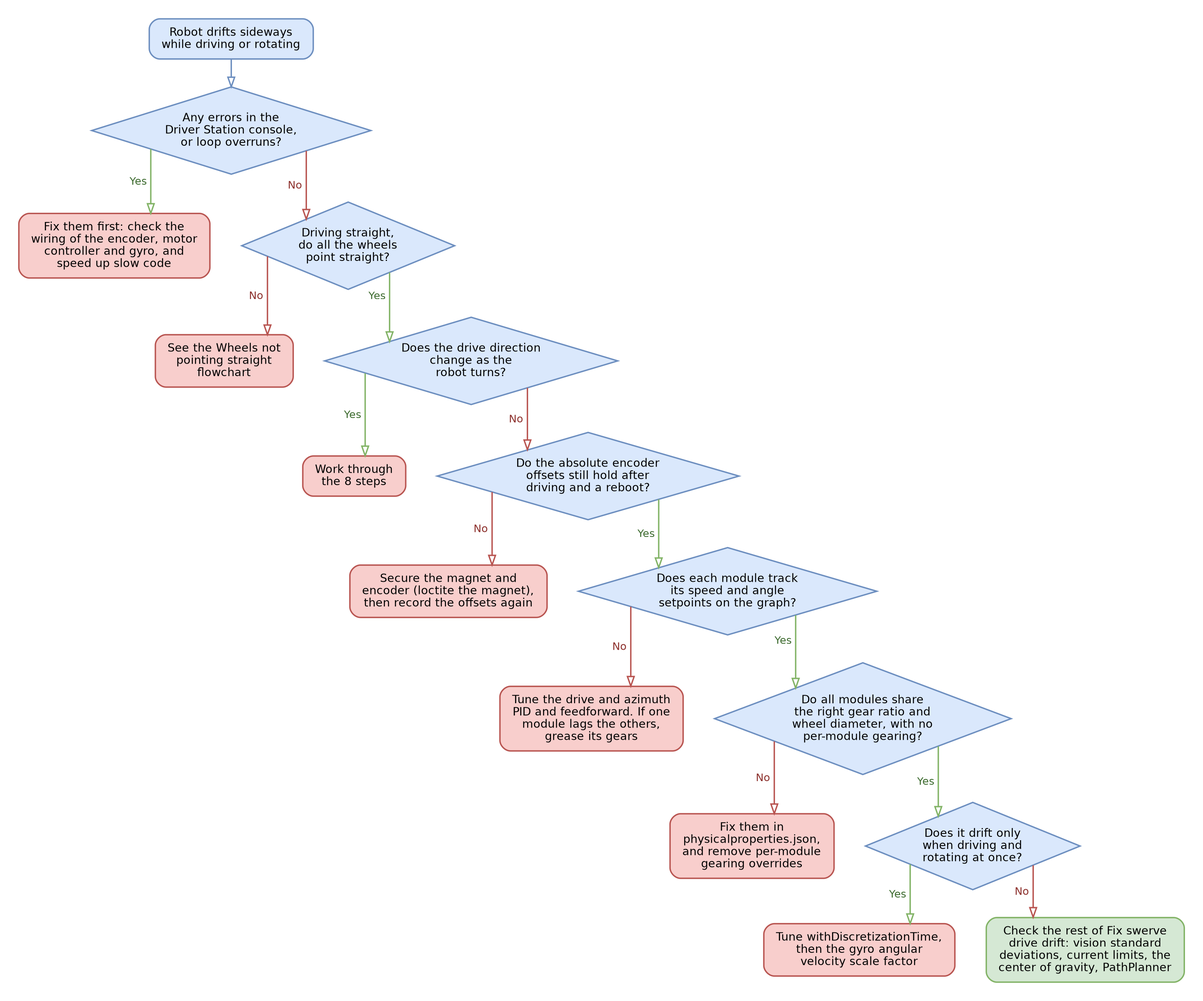
The Graphviz diagram .gitbook/assets/yagsl-flowchart-drift.png in Yet-Another-Software-Suite/YAGSL-gitbook, before a commit. Its source is kept beside it as .gitbook/assets/yagsl-flowchart-drift.dot. The source it was exported from:
```dot
digraph G {
  graph [rankdir=TB, nodesep=0.5, ranksep=0.45, pad=0.3, bgcolor="white", dpi=150, splines=ortho];
  node  [fontname="DejaVu Sans", fontsize=13, margin="0.2,0.12", penwidth=1.6];
  edge  [fontname="DejaVu Sans", fontsize=12, penwidth=1.6, arrowhead=onormal, arrowsize=1.1];
  s [label="Robot drifts sideways\nwhile driving or rotating", shape=box, style="rounded,filled", fillcolor="#dae8fc", color="#6c8ebf"];
  q1 [label="Any errors in the\nDriver Station console,\nor loop overruns?", shape=diamond, style=filled, fillcolor="#dae8fc", color="#6c8ebf", margin="0.05,0.05"];
  f1 [label="Fix them first: check the\nwiring of the encoder, motor\ncontroller and gyro, and\nspeed up slow code", shape=box, style="rounded,filled", fillcolor="#f8cecc", color="#b85450"];
  q2 [label="Driving straight,\ndo all the wheels\npoint straight?", shape=diamond, style=filled, fillcolor="#dae8fc", color="#6c8ebf", margin="0.05,0.05"];
  f2 [label="See the Wheels not\npointing straight\nflowchart", shape=box, style="rounded,filled", fillcolor="#f8cecc", color="#b85450"];
  q3 [label="Does the drive direction\nchange as the\nrobot turns?", shape=diamond, style=filled, fillcolor="#dae8fc", color="#6c8ebf", margin="0.05,0.05"];
  f3 [label="Work through\nthe 8 steps", shape=box, style="rounded,filled", fillcolor="#f8cecc", color="#b85450"];
  q4 [label="Do the absolute encoder\noffsets still hold after\ndriving and a reboot?", shape=diamond, style=filled, fillcolor="#dae8fc", color="#6c8ebf", margin="0.05,0.05"];
  f4 [label="Secure the magnet and\nencoder (loctite the magnet),\nthen record the offsets again", shape=box, style="rounded,filled", fillcolor="#f8cecc", color="#b85450"];
  q5 [label="Does each module track\nits speed and angle\nsetpoints on the graph?", shape=diamond, style=filled, fillcolor="#dae8fc", color="#6c8ebf", margin="0.05,0.05"];
  f5 [label="Tune the drive and azimuth\nPID and feedforward. If one\nmodule lags the others,\ngrease its gears", shape=box, style="rounded,filled", fillcolor="#f8cecc", color="#b85450"];
  q6 [label="Do all modules share\nthe right gear ratio and\nwheel diameter, with no\nper-module gearing?", shape=diamond, style=filled, fillcolor="#dae8fc", color="#6c8ebf", margin="0.05,0.05"];
  f6 [label="Fix them in\nphysicalproperties.json,\nand remove per-module\ngearing overrides", shape=box, style="rounded,filled", fillcolor="#f8cecc", color="#b85450"];
  q7 [label="Does it drift only\nwhen driving and\nrotating at once?", shape=diamond, style=filled, fillcolor="#dae8fc", color="#6c8ebf", margin="0.05,0.05"];
  f7 [label="Tune withDiscretizationTime,\nthen the gyro angular\nvelocity scale factor", shape=box, style="rounded,filled", fillcolor="#f8cecc", color="#b85450"];
  d [label="Check the rest of Fix swerve\ndrive drift: vision standard\ndeviations, current limits, the\ncenter of gravity, PathPlanner", shape=box, style="rounded,filled", fillcolor="#d5e8d4", color="#82b366"];
  s -> q1 [color="#6c8ebf"];
  q1 -> f1 [xlabel=" Yes ", color="#82b366", fontcolor="#3d6b2f"];
  q1 -> q2 [xlabel=" No ", color="#b85450", fontcolor="#8c2f2b"];
  q2 -> f2 [xlabel=" No ", color="#b85450", fontcolor="#8c2f2b"];
  q2 -> q3 [xlabel=" Yes ", color="#82b366", fontcolor="#3d6b2f"];
  q3 -> f3 [xlabel=" Yes ", color="#82b366", fontcolor="#3d6b2f"];
  q3 -> q4 [xlabel=" No ", color="#b85450", fontcolor="#8c2f2b"];
  q4 -> f4 [xlabel=" No ", color="#b85450", fontcolor="#8c2f2b"];
  q4 -> q5 [xlabel=" Yes ", color="#82b366", fontcolor="#3d6b2f"];
  q5 -> f5 [xlabel=" No ", color="#b85450", fontcolor="#8c2f2b"];
  q5 -> q6 [xlabel=" Yes ", color="#82b366", fontcolor="#3d6b2f"];
  q6 -> f6 [xlabel=" No ", color="#b85450", fontcolor="#8c2f2b"];
  q6 -> q7 [xlabel=" Yes ", color="#82b366", fontcolor="#3d6b2f"];
  q7 -> f7 [xlabel=" Yes ", color="#82b366", fontcolor="#3d6b2f"];
  q7 -> d [xlabel=" No ", color="#b85450", fontcolor="#8c2f2b"];
}
```
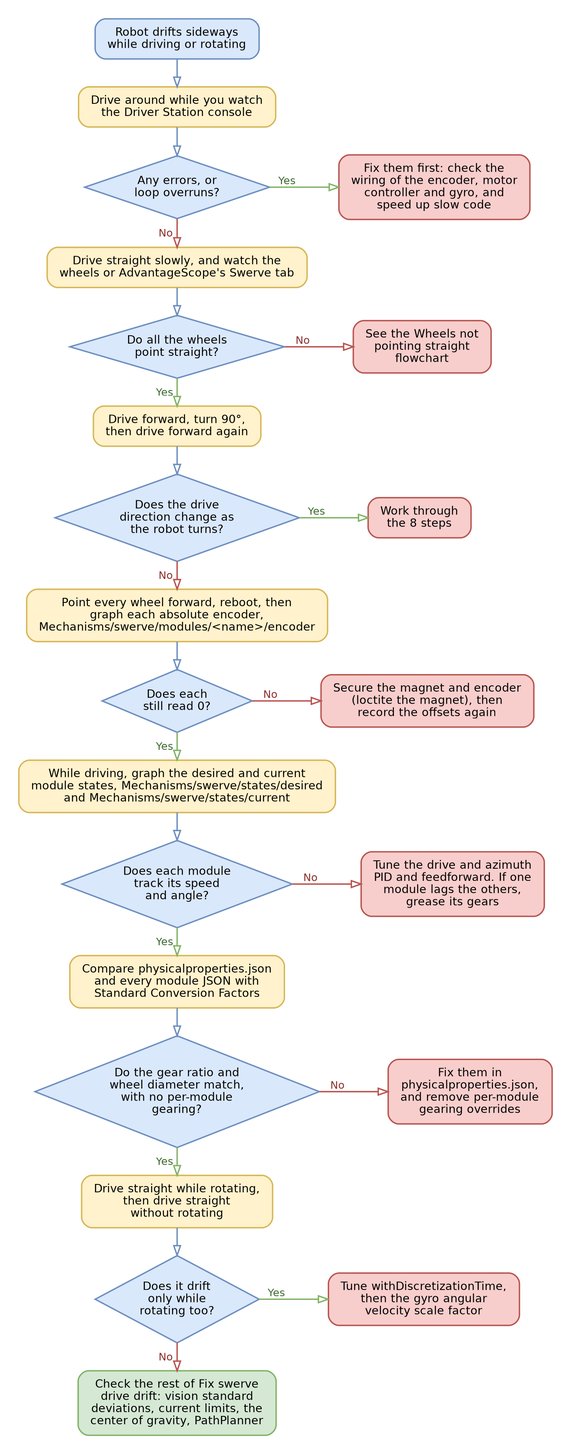
Later version of the same file.

Commit message:
Troubleshooting flowcharts: add how-to-check steps; check a module's build last

Change to the diagram source:
```diff
@@ -2,35 +2,57 @@
   graph [rankdir=TB, nodesep=0.5, ranksep=0.45, pad=0.3, bgcolor="white", dpi=150, splines=ortho];
   node  [fontname="DejaVu Sans", fontsize=13, margin="0.2,0.12", penwidth=1.6];
   edge  [fontname="DejaVu Sans", fontsize=12, penwidth=1.6, arrowhead=onormal, arrowsize=1.1];
+  graph [nodesep=1.1];
   s [label="Robot drifts sideways\nwhile driving or rotating", shape=box, style="rounded,filled", fillcolor="#dae8fc", color="#6c8ebf"];
-  q1 [label="Any errors in the\nDriver Station console,\nor loop overruns?", shape=diamond, style=filled, fillcolor="#dae8fc", color="#6c8ebf", margin="0.05,0.05"];
+  h1 [label="Drive around while you watch\nthe Driver Station console", shape=box, style="rounded,filled", fillcolor="#fff2cc", color="#d6b656"];
+  q1 [label="Any errors, or\nloop overruns?", shape=diamond, style=filled, fillcolor="#dae8fc", color="#6c8ebf", margin="0.05,0.05"];
   f1 [label="Fix them first: check the\nwiring of the encoder, motor\ncontroller and gyro, and\nspeed up slow code", shape=box, style="rounded,filled", fillcolor="#f8cecc", color="#b85450"];
-  q2 [label="Driving straight,\ndo all the wheels\npoint straight?", shape=diamond, style=filled, fillcolor="#dae8fc", color="#6c8ebf", margin="0.05,0.05"];
+  {rank=same; q1; f1;}
+  s -> h1 [color="#6c8ebf", weight=10];
+  h1 -> q1 [color="#6c8ebf", weight=10];
+  q1 -> f1 [xlabel=" Yes ", color="#82b366", fontcolor="#3d6b2f"];
+  q1 -> h2 [xlabel=" No ", color="#b85450", fontcolor="#8c2f2b", weight=10];
+  h2 [label="Drive straight slowly, and watch the\nwheels or AdvantageScope's Swerve tab", shape=box, style="rounded,filled", fillcolor="#fff2cc", color="#d6b656"];
+  q2 [label="Do all the wheels\npoint straight?", shape=diamond, style=filled, fillcolor="#dae8fc", color="#6c8ebf", margin="0.05,0.05"];
   f2 [label="See the Wheels not\npointing straight\nflowchart", shape=box, style="rounded,filled", fillcolor="#f8cecc", color="#b85450"];
-  q3 [label="Does the drive direction\nchange as the\nrobot turns?", shape=diamond, style=filled, fillcolor="#dae8fc", color="#6c8ebf", margin="0.05,0.05"];
+  {rank=same; q2; f2;}
+  h2 -> q2 [color="#6c8ebf", weight=10];
+  q2 -> f2 [xlabel=" No ", color="#b85450", fontcolor="#8c2f2b"];
+  q2 -> h3 [xlabel=" Yes ", color="#82b366", fontcolor="#3d6b2f", weight=10];
+  h3 [label="Drive forward, turn 90°,\nthen drive forward again", shape=box, style="rounded,filled", fillcolor="#fff2cc", color="#d6b656"];
+  q3 [label="Does the drive\ndirection change as\nthe robot turns?", shape=diamond, style=filled, fillcolor="#dae8fc", color="#6c8ebf", margin="0.05,0.05"];
   f3 [label="Work through\nthe 8 steps", shape=box, style="rounded,filled", fillcolor="#f8cecc", color="#b85450"];
-  q4 [label="Do the absolute encoder\noffsets still hold after\ndriving and a reboot?", shape=diamond, style=filled, fillcolor="#dae8fc", color="#6c8ebf", margin="0.05,0.05"];
-  f4 [label="Secure the magnet and\nencoder (loctite the magnet),\nthen record the offsets again", shape=box, style="rounded,filled", fillcolor="#f8cecc", color="#b85450"];
-  q5 [label="Does each module track\nits speed and angle\nsetpoints on the graph?", shape=diamond, style=filled, fillcolor="#dae8fc", color="#6c8ebf", margin="0.05,0.05"];
+  {rank=same; q3; f3;}
+  h3 -> q3 [color="#6c8ebf", weight=10];
+  q3 -> f3 [xlabel=" Yes ", color="#82b366", fontcolor="#3d6b2f"];
+  q3 -> h4 [xlabel=" No ", color="#b85450", fontcolor="#8c2f2b", weight=10];
+  h4 [label="Point every wheel forward, reboot, then\ngraph each absolute encoder,\nMechanisms/swerve/modules/<name>/encoder", shape=box, style="rounded,filled", fillcolor="#fff2cc", color="#d6b656"];
+  q4 [label="Does each\nstill read 0?", shape=diamond, style=filled, fillcolor="#dae8fc", color="#6c8ebf", margin="0.05,0.05"];
+  f4 [label="Secure the magnet and encoder\n(loctite the magnet), then\nrecord the offsets again", shape=box, style="rounded,filled", fillcolor="#f8cecc", color="#b85450"];
+  {rank=same; q4; f4;}
+  h4 -> q4 [color="#6c8ebf", weight=10];
+  q4 -> f4 [xlabel=" No ", color="#b85450", fontcolor="#8c2f2b"];
+  q4 -> h5 [xlabel=" Yes ", color="#82b366", fontcolor="#3d6b2f", weight=10];
+  h5 [label="While driving, graph the desired and current\nmodule states, Mechanisms/swerve/states/desired\nand Mechanisms/swerve/states/current", shape=box, style="rounded,filled", fillcolor="#fff2cc", color="#d6b656"];
+  q5 [label="Does each module\ntrack its speed\nand angle?", shape=diamond, style=filled, fillcolor="#dae8fc", color="#6c8ebf", margin="0.05,0.05"];
   f5 [label="Tune the drive and azimuth\nPID and feedforward. If one\nmodule lags the others,\ngrease its gears", shape=box, style="rounded,filled", fillcolor="#f8cecc", color="#b85450"];
-  q6 [label="Do all modules share\nthe right gear ratio and\nwheel diameter, with no\nper-module gearing?", shape=diamond, style=filled, fillcolor="#dae8fc", color="#6c8ebf", margin="0.05,0.05"];
+  {rank=same; q5; f5;}
+  h5 -> q5 [color="#6c8ebf", weight=10];
+  q5 -> f5 [xlabel=" No ", color="#b85450", fontcolor="#8c2f2b"];
+  q5 -> h6 [xlabel=" Yes ", color="#82b366", fontcolor="#3d6b2f", weight=10];
+  h6 [label="Compare physicalproperties.json\nand every module JSON with\nStandard Conversion Factors", shape=box, style="rounded,filled", fillcolor="#fff2cc", color="#d6b656"];
+  q6 [label="Do the gear ratio and\nwheel diameter match,\nwith no per-module\ngearing?", shape=diamond, style=filled, fillcolor="#dae8fc", color="#6c8ebf", margin="0.05,0.05"];
   f6 [label="Fix them in\nphysicalproperties.json,\nand remove per-module\ngearing overrides", shape=box, style="rounded,filled", fillcolor="#f8cecc", color="#b85450"];
-  q7 [label="Does it drift only\nwhen driving and\nrotating at once?", shape=diamond, style=filled, fillcolor="#dae8fc", color="#6c8ebf", margin="0.05,0.05"];
+  {rank=same; q6; f6;}
+  h6 -> q6 [color="#6c8ebf", weight=10];
+  q6 -> f6 [xlabel=" No ", color="#b85450", fontcolor="#8c2f2b"];
+  q6 -> h7 [xlabel=" Yes ", color="#82b366", fontcolor="#3d6b2f", weight=10];
+  h7 [label="Drive straight while rotating,\nthen drive straight\nwithout rotating", shape=box, style="rounded,filled", fillcolor="#fff2cc", color="#d6b656"];
+  q7 [label="Does it drift\nonly while\nrotating too?", shape=diamond, style=filled, fillcolor="#dae8fc", color="#6c8ebf", margin="0.05,0.05"];
   f7 [label="Tune withDiscretizationTime,\nthen the gyro angular\nvelocity scale factor", shape=box, style="rounded,filled", fillcolor="#f8cecc", color="#b85450"];
+  {rank=same; q7; f7;}
+  h7 -> q7 [color="#6c8ebf", weight=10];
+  q7 -> f7 [xlabel=" Yes ", color="#82b366", fontcolor="#3d6b2f"];
+  q7 -> d [xlabel=" No ", color="#b85450", fontcolor="#8c2f2b", weight=10];
   d [label="Check the rest of Fix swerve\ndrive drift: vision standard\ndeviations, current limits, the\ncenter of gravity, PathPlanner", shape=box, style="rounded,filled", fillcolor="#d5e8d4", color="#82b366"];
-  s -> q1 [color="#6c8ebf"];
-  q1 -> f1 [xlabel=" Yes ", color="#82b366", fontcolor="#3d6b2f"];
-  q1 -> q2 [xlabel=" No ", color="#b85450", fontcolor="#8c2f2b"];
-  q2 -> f2 [xlabel=" No ", color="#b85450", fontcolor="#8c2f2b"];
-  q2 -> q3 [xlabel=" Yes ", color="#82b366", fontcolor="#3d6b2f"];
-  q3 -> f3 [xlabel=" Yes ", color="#82b366", fontcolor="#3d6b2f"];
-  q3 -> q4 [xlabel=" No ", color="#b85450", fontcolor="#8c2f2b"];
-  q4 -> f4 [xlabel=" No ", color="#b85450", fontcolor="#8c2f2b"];
-  q4 -> q5 [xlabel=" Yes ", color="#82b366", fontcolor="#3d6b2f"];
-  q5 -> f5 [xlabel=" No ", color="#b85450", fontcolor="#8c2f2b"];
-  q5 -> q6 [xlabel=" Yes ", color="#82b366", fontcolor="#3d6b2f"];
-  q6 -> f6 [xlabel=" No ", color="#b85450", fontcolor="#8c2f2b"];
-  q6 -> q7 [xlabel=" Yes ", color="#82b366", fontcolor="#3d6b2f"];
-  q7 -> f7 [xlabel=" Yes ", color="#82b366", fontcolor="#3d6b2f"];
-  q7 -> d [xlabel=" No ", color="#b85450", fontcolor="#8c2f2b"];
 }
```
